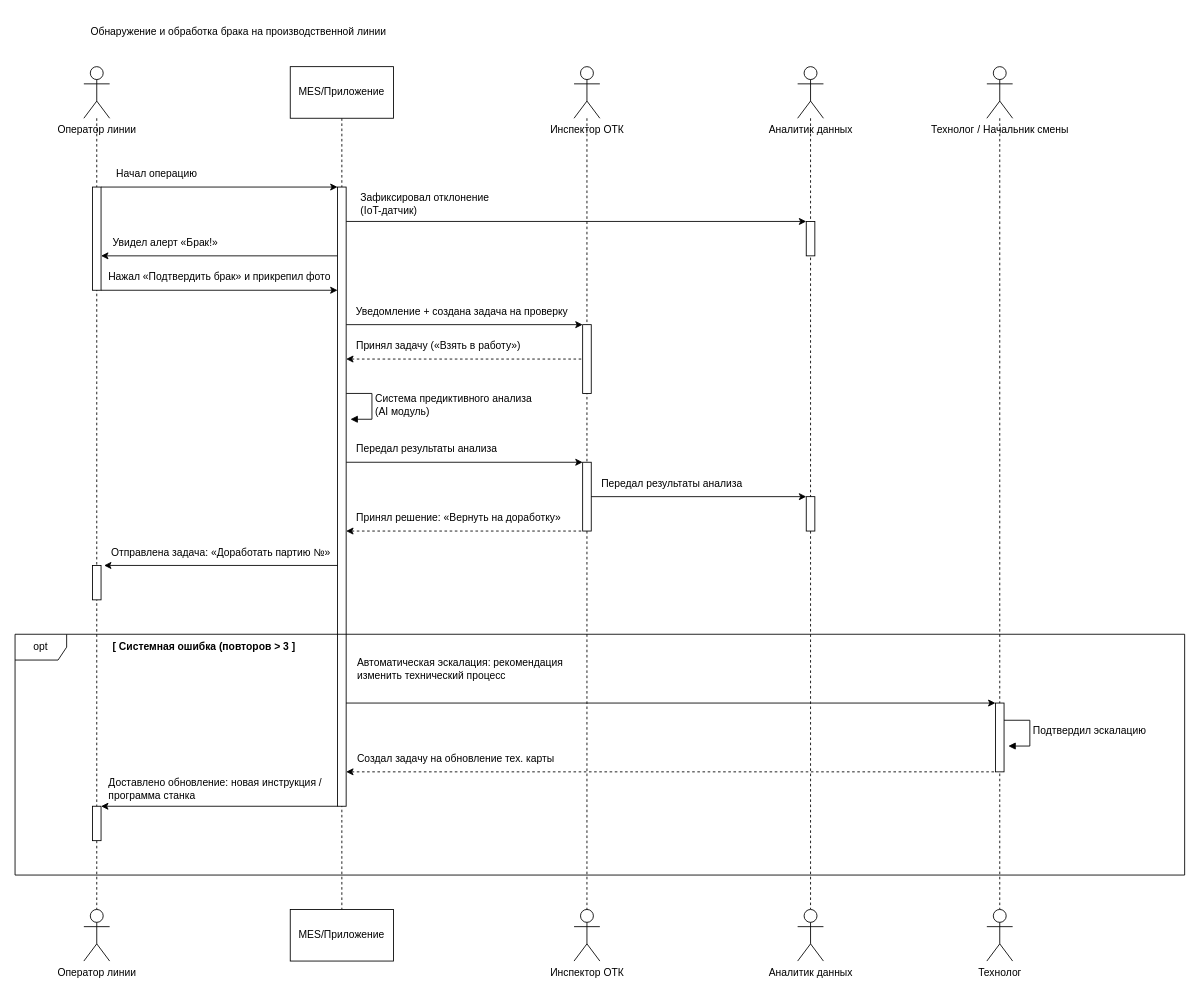
Above: sequence.drawio in gr3zly/Professionals (draw.io), before the change. Source tidied: cells renumbered, new cells numbered last; positions are measured from the earlier drawing's top-left corner, leaving out a move shared by most shapes. Both pictures are drawn from the tidied source at 86%, with x=0, y=0 at pixel (15, 15).
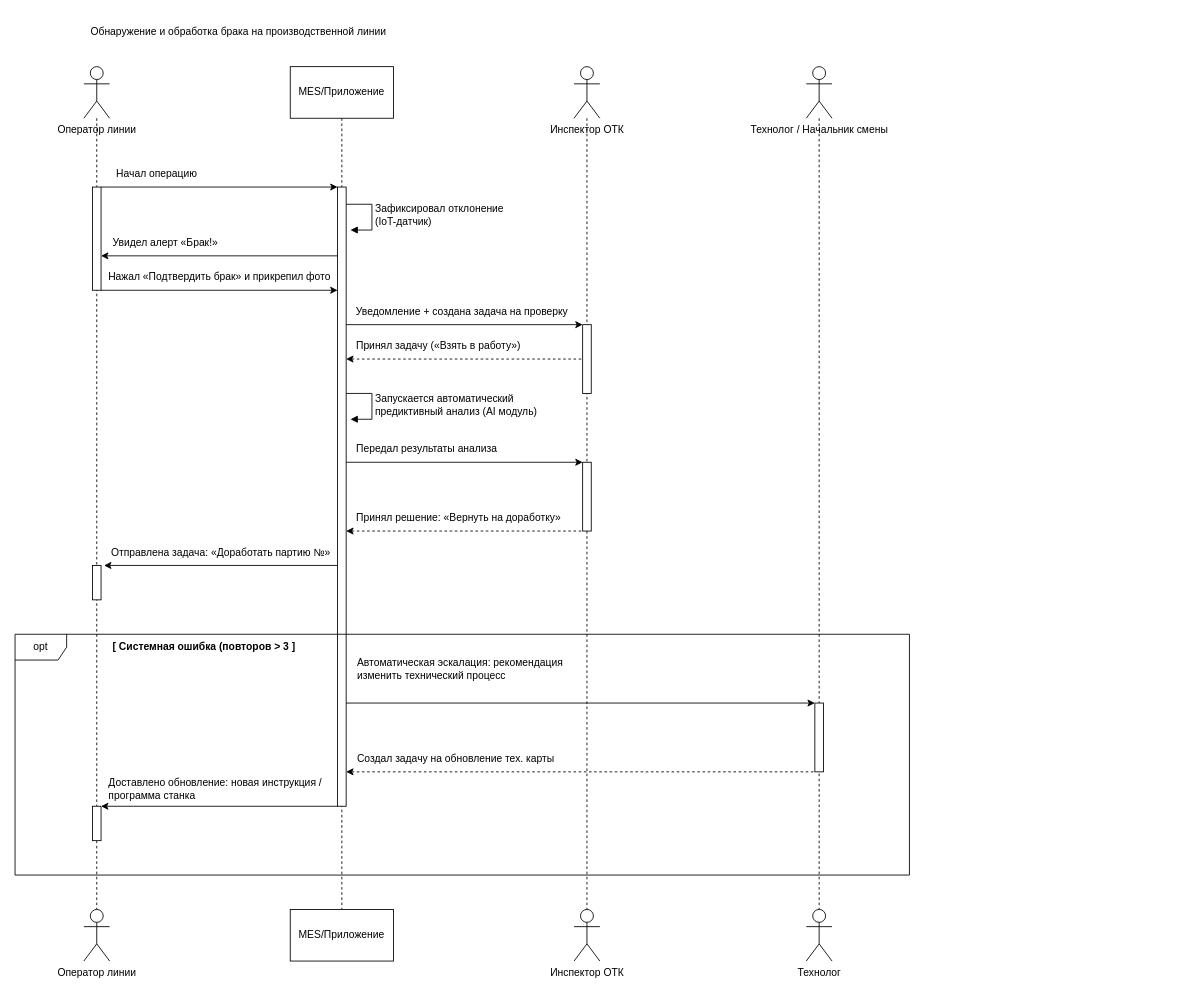
After the change.

Change to the diagram source:
```diff
@@
-    <mxCell id="3" style="edgeStyle=orthogonalEdgeStyle;rounded=0;jettySize=auto;html=1;dashed=1;endArrow=none;endFill=0;entryX=0.5;entryY=0;entryDx=0;entryDy=0;entryPerimeter=0;" parent="1" edge="1" source="29" target="30">
-      <mxGeometry relative="1" as="geometry" />
-    </mxCell>
@@
-    <mxCell id="10" style="html=1;perimeter=orthogonalPerimeter;targetShapes=umlLifeline;newEdgeStyle={&quot;curved&quot;:0,&quot;rounded&quot;:0};" parent="1" vertex="1">
-      <mxGeometry x="920" y="240" width="10" height="40" as="geometry" />
-    </mxCell>
-    <mxCell id="11" value="Зафиксировал отклонение (IoT-датчик)" style="text;html=1;whiteSpace=wrap;strokeColor=none;fillColor=none;align=left;verticalAlign=middle;rounded=0;" parent="1" vertex="1">
-      <mxGeometry x="400" y="200" width="170" height="40" as="geometry" />
-    </mxCell>
@@
-    <mxCell id="20" style="edgeStyle=none;orthogonalLoop=1;jettySize=auto;html=1;rounded=0;" parent="1" edge="1">
-      <mxGeometry relative="1" as="geometry">
-        <mxPoint x="385" y="240" as="sourcePoint" />
-        <mxPoint x="920" y="240" as="targetPoint" />
-      </mxGeometry>
-    </mxCell>
@@
-    <mxCell id="29" value="Аналитик данных" style="shape=umlActor;verticalLabelPosition=bottom;verticalAlign=top;html=1;outlineConnect=0;" parent="1" vertex="1">
-      <mxGeometry x="910" y="60" width="30" height="60" as="geometry" />
-    </mxCell>
-    <mxCell id="30" value="Аналитик данных" style="shape=umlActor;verticalLabelPosition=bottom;verticalAlign=top;html=1;outlineConnect=0;" parent="1" vertex="1">
-      <mxGeometry x="910" y="1040" width="30" height="60" as="geometry" />
-    </mxCell>
     <mxCell id="31" value="Технолог / Начальник смены" style="shape=umlActor;verticalLabelPosition=bottom;verticalAlign=top;html=1;outlineConnect=0;" parent="1" vertex="1">
-      <mxGeometry x="1130" y="60" width="30" height="60" as="geometry" />
+      <mxGeometry x="920" y="60" width="30" height="60" as="geometry" />
     </mxCell>
     <mxCell id="32" value="Технолог" style="shape=umlActor;verticalLabelPosition=bottom;verticalAlign=top;html=1;outlineConnect=0;" parent="1" vertex="1">
-      <mxGeometry x="1130" y="1040" width="30" height="60" as="geometry" />
+      <mxGeometry x="920" y="1040" width="30" height="60" as="geometry" />
     </mxCell>
-    <mxCell id="33" value="&lt;font style=&quot;font-size: 12px;&quot;&gt;Система&amp;nbsp;&lt;span style=&quot;background-color: light-dark(#ffffff, var(--ge-dark-color, #121212)); color: light-dark(rgb(0, 0, 0), rgb(255, 255, 255));&quot;&gt;предиктивного&amp;nbsp;&lt;/span&gt;&lt;span style=&quot;background-color: light-dark(#ffffff, var(--ge-dark-color, #121212)); color: light-dark(rgb(0, 0, 0), rgb(255, 255, 255));&quot;&gt;анализа&lt;br&gt;(AI модуль)&lt;/span&gt;&lt;/font&gt;" style="html=1;align=left;spacingLeft=2;endArrow=block;rounded=0;edgeStyle=orthogonalEdgeStyle;curved=0;rounded=0;" parent="1" edge="1">
+    <mxCell id="33" value="&lt;font style=&quot;font-size: 12px;&quot;&gt;&lt;span style=&quot;background-color: light-dark(#ffffff, var(--ge-dark-color, #121212)); color: light-dark(rgb(0, 0, 0), rgb(255, 255, 255));&quot;&gt;Запускается автоматический&lt;/span&gt;&lt;/font&gt;&lt;div&gt;&lt;font style=&quot;font-size: 12px;&quot;&gt;&lt;span style=&quot;background-color: light-dark(#ffffff, var(--ge-dark-color, #121212)); color: light-dark(rgb(0, 0, 0), rgb(255, 255, 255));&quot;&gt;предиктивный анализ (AI модуль)&lt;/span&gt;&lt;/font&gt;&lt;/div&gt;" style="html=1;align=left;spacingLeft=2;endArrow=block;rounded=0;edgeStyle=orthogonalEdgeStyle;curved=0;rounded=0;" parent="1" edge="1">
       <mxGeometry relative="1" as="geometry">
         <mxPoint x="385" y="440" as="sourcePoint" />
         <mxPoint x="390" y="470" as="targetPoint" />
         <Array as="points">
           <mxPoint x="415" y="440" />
           <mxPoint x="415" y="470" />
         </Array>
       </mxGeometry>
     </mxCell>
@@
-    <mxCell id="42" style="html=1;points=[[0,0,0,0,5],[0,1,0,0,-5],[1,0,0,0,5],[1,1,0,0,-5]];perimeter=orthogonalPerimeter;outlineConnect=0;targetShapes=umlLifeline;portConstraint=eastwest;newEdgeStyle={&quot;curved&quot;:0,&quot;rounded&quot;:0};" parent="1" vertex="1">
-      <mxGeometry x="920" y="560" width="10" height="40" as="geometry" />
-    </mxCell>
-    <mxCell id="43" style="edgeStyle=none;jettySize=auto;html=1;rounded=0;" parent="1" edge="1" target="42">
-      <mxGeometry relative="1" as="geometry">
-        <mxPoint x="670" y="560" as="sourcePoint" />
-      </mxGeometry>
-    </mxCell>
-    <mxCell id="44" value="Передал результаты анализа" style="text;html=1;whiteSpace=wrap;strokeColor=none;fillColor=none;align=left;verticalAlign=middle;rounded=0;" parent="1" vertex="1">
-      <mxGeometry x="680" y="530" width="230" height="30" as="geometry" />
-    </mxCell>
@@
     <mxCell id="46" value="opt" style="shape=umlFrame;whiteSpace=wrap;html=1;" parent="1" vertex="1">
-      <mxGeometry y="720" width="1360" height="280" as="geometry" />
+      <mxGeometry y="720" width="1040" height="280" as="geometry" />
     </mxCell>
@@
     <mxCell id="48" style="html=1;points=[[0,0,0,0,5],[0,1,0,0,-5],[1,0,0,0,5],[1,1,0,0,-5]];perimeter=orthogonalPerimeter;outlineConnect=0;targetShapes=umlLifeline;portConstraint=eastwest;newEdgeStyle={&quot;curved&quot;:0,&quot;rounded&quot;:0};" parent="1" vertex="1">
-      <mxGeometry x="1140" y="800" width="10" height="80" as="geometry" />
+      <mxGeometry x="930" y="800" width="10" height="80" as="geometry" />
     </mxCell>
@@
-    <mxCell id="51" style="edgeStyle=none;orthogonalLoop=1;jettySize=auto;html=1;rounded=0;endArrow=none;endFill=0;dashed=1;startArrow=classic;startFill=1;" parent="1" edge="1">
+    <mxCell id="51" style="edgeStyle=none;jettySize=auto;html=1;rounded=0;endArrow=none;endFill=0;dashed=1;startArrow=classic;startFill=1;" parent="1" edge="1" target="48">
       <mxGeometry relative="1" as="geometry">
         <mxPoint x="385" y="880" as="sourcePoint" />
-        <mxPoint x="1140" y="880" as="targetPoint" />
       </mxGeometry>
     </mxCell>
-    <mxCell id="52" value="&lt;span style=&quot;font-size: 12px;&quot;&gt;Подтвердил эскалацию&lt;/span&gt;" style="html=1;align=left;spacingLeft=2;endArrow=block;rounded=0;edgeStyle=orthogonalEdgeStyle;curved=0;rounded=0;" parent="1" edge="1">
-      <mxGeometry relative="1" as="geometry">
-        <mxPoint x="1150" y="820" as="sourcePoint" />
-        <mxPoint x="1155" y="850" as="targetPoint" />
-        <Array as="points">
-          <mxPoint x="1180" y="820" />
-          <mxPoint x="1180" y="850" />
-        </Array>
-      </mxGeometry>
-    </mxCell>
-    <mxCell id="53" style="edgeStyle=none;orthogonalLoop=1;jettySize=auto;html=1;rounded=0;" parent="1" edge="1">
+    <mxCell id="53" style="edgeStyle=none;jettySize=auto;html=1;rounded=0;" parent="1" edge="1" target="48">
       <mxGeometry relative="1" as="geometry">
         <mxPoint x="385" y="800" as="sourcePoint" />
-        <mxPoint x="1140" y="800" as="targetPoint" />
       </mxGeometry>
     </mxCell>
@@
+    <mxCell id="11" value="&lt;span style=&quot;font-size: 12px;&quot;&gt;Зафиксировал отклонение&lt;/span&gt;&lt;div&gt;&lt;span style=&quot;font-size: 12px;&quot;&gt;(IoT-датчик)&lt;/span&gt;&lt;/div&gt;" style="html=1;align=left;spacingLeft=2;endArrow=block;rounded=0;edgeStyle=orthogonalEdgeStyle;curved=0;rounded=0;" parent="1" edge="1">
+      <mxGeometry relative="1" as="geometry">
+        <mxPoint x="385" y="220" as="sourcePoint" />
+        <mxPoint x="390" y="250" as="targetPoint" />
+        <Array as="points">
+          <mxPoint x="415" y="220" />
+          <mxPoint x="415" y="250" />
+        </Array>
+      </mxGeometry>
+    </mxCell>
```
